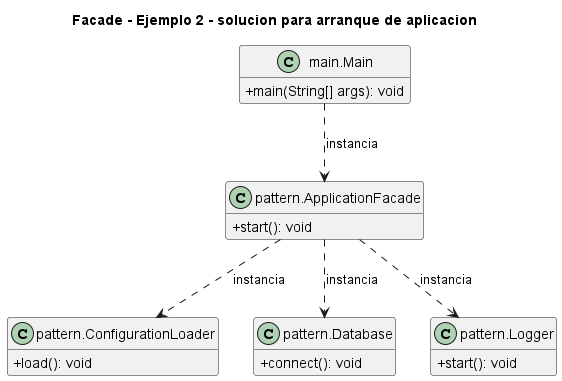
NicoCG32/Patrones-de-Software-y-Programacion-UCN keeps this PlantUML diagram as 2. Estructurales/Facade/Ejemplo 2 - solucion para arranque de aplicacion/UML.png. Above is the earlier version.
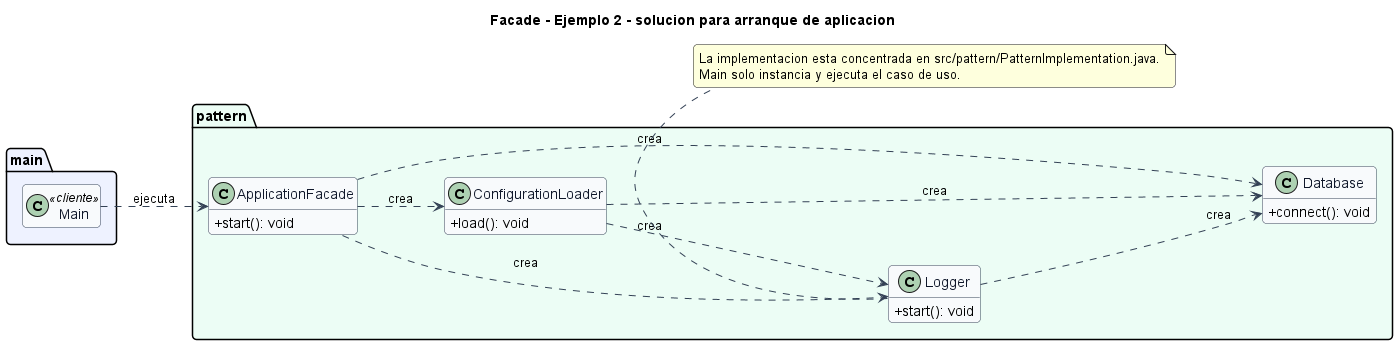
Above is the later version.

Change to the diagram source:
```diff
@@ -1,24 +1,47 @@
 @startuml
 title Facade - Ejemplo 2 - solucion para arranque de aplicacion
+left to right direction
+skinparam backgroundColor #FFFFFF
+skinparam shadowing false
+skinparam roundcorner 8
 skinparam classAttributeIconSize 0
-hide empty fields
-class "main.Main" as main_Main {
-  +main(String[] args): void
+skinparam class {
+  BackgroundColor #F8FAFC
+  BorderColor #334155
+  ArrowColor #334155
+  FontColor #0F172A
 }
-class "pattern.ApplicationFacade" as pattern_ApplicationFacade {
-  +start(): void
+hide empty members
+
+package "main" #EEF2FF {
+  class Main <<cliente>>
 }
-class "pattern.ConfigurationLoader" as pattern_ConfigurationLoader {
-  +load(): void
+
+package "pattern" #ECFDF5 {
+  class ApplicationFacade {
+    +start(): void
+  }
+  class ConfigurationLoader {
+    +load(): void
+  }
+  class Database {
+    +connect(): void
+  }
+  class Logger {
+    +start(): void
+  }
 }
-class "pattern.Database" as pattern_Database {
-  +connect(): void
-}
-class "pattern.Logger" as pattern_Logger {
-  +start(): void
-}
-main_Main ..> pattern_ApplicationFacade : instancia
-pattern_ApplicationFacade ..> pattern_ConfigurationLoader : instancia
-pattern_ApplicationFacade ..> pattern_Database : instancia
-pattern_ApplicationFacade ..> pattern_Logger : instancia
+
+ApplicationFacade ..> Database : crea
+ApplicationFacade ..> ConfigurationLoader : crea
+ApplicationFacade ..> Logger : crea
+ConfigurationLoader ..> Database : crea
+ConfigurationLoader ..> Logger : crea
+Logger ..> Database : crea
+Main ..> ApplicationFacade : ejecuta
+
+note bottom
+La implementacion esta concentrada en src/pattern/PatternImplementation.java.
+Main solo instancia y ejecuta el caso de uso.
+end note
 @enduml
```
